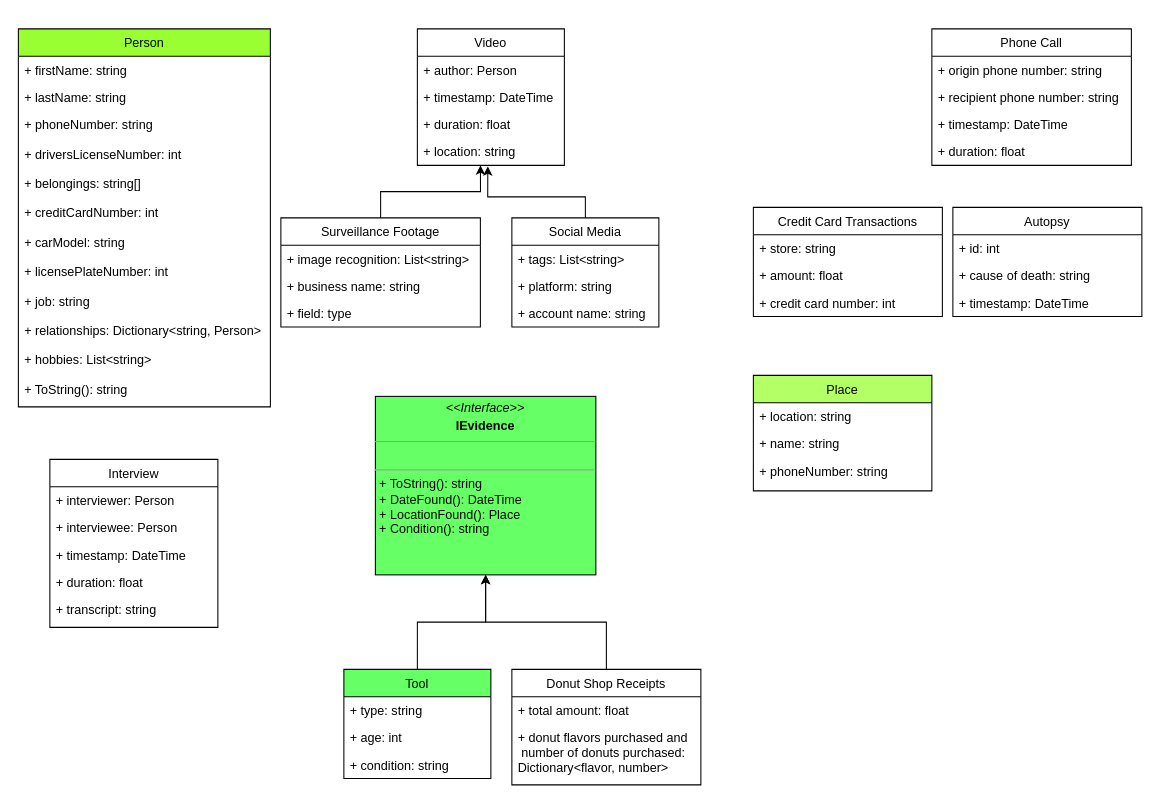
kirakirakira/urban-pancake keeps this draw.io diagram as murdermystery.drawio. Above is the earlier version. Source tidied: cells renumbered, new cells numbered last; positions are measured from the earlier drawing's top-left corner, leaving out a move shared by most shapes. Both pictures are drawn from the tidied source at 105%, with x=0, y=0 at pixel (18, 28).
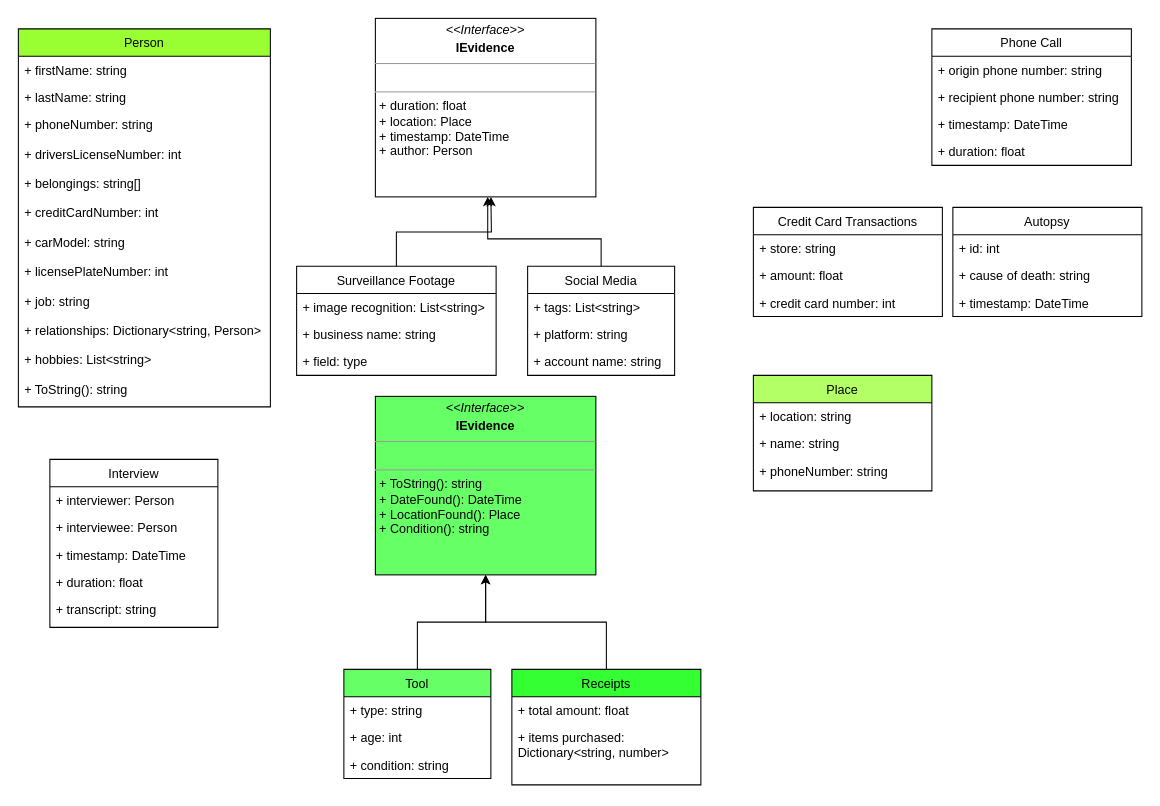
The same page after the edit.

Diff of the diagram source:
```diff
@@
-    <mxCell id="23" value="Video" style="swimlane;fontStyle=0;horizontal=1;startSize=26;fillColor=none;" parent="1" vertex="1">
-      <mxGeometry x="380" width="140" height="130" as="geometry" />
-    </mxCell>
-    <mxCell id="24" value="+ author: Person" style="text;strokeColor=none;fillColor=none;align=left;verticalAlign=top;spacingLeft=4;spacingRight=4;overflow=hidden;" parent="23" vertex="1">
-      <mxGeometry y="26" width="140" height="26" as="geometry" />
-    </mxCell>
-    <mxCell id="25" value="+ timestamp: DateTime" style="text;strokeColor=none;fillColor=none;align=left;verticalAlign=top;spacingLeft=4;spacingRight=4;overflow=hidden;" parent="23" vertex="1">
-      <mxGeometry y="52" width="140" height="26" as="geometry" />
-    </mxCell>
-    <mxCell id="26" value="+ duration: float" style="text;strokeColor=none;fillColor=none;align=left;verticalAlign=top;spacingLeft=4;spacingRight=4;overflow=hidden;" parent="23" vertex="1">
-      <mxGeometry y="78" width="140" height="52" as="geometry" />
-    </mxCell>
-    <mxCell id="27" style="edgeStyle=orthogonalEdgeStyle;rounded=0;jettySize=auto;html=1;entryX=0.429;entryY=1;entryDx=0;entryDy=0;entryPerimeter=0;" parent="1" edge="1" source="28" target="47">
-      <mxGeometry relative="1" as="geometry" />
+    <mxCell id="27" style="edgeStyle=orthogonalEdgeStyle;rounded=0;jettySize=auto;html=1;" parent="1" edge="1" source="28">
+      <mxGeometry relative="1" as="geometry">
+        <mxPoint x="450" y="160" as="targetPoint" />
+      </mxGeometry>
     </mxCell>
     <mxCell id="28" value="Surveillance Footage" style="swimlane;fontStyle=0;horizontal=1;startSize=26;fillColor=none;" parent="1" vertex="1">
-      <mxGeometry x="250" y="180" width="190" height="104" as="geometry" />
+      <mxGeometry x="265" y="226" width="190" height="104" as="geometry" />
     </mxCell>
@@
     <mxCell id="32" value="Social Media" style="swimlane;fontStyle=0;horizontal=1;startSize=26;fillColor=none;" parent="1" vertex="1">
-      <mxGeometry x="470" y="180" width="140" height="104" as="geometry" />
+      <mxGeometry x="485" y="226" width="140" height="104" as="geometry" />
     </mxCell>
@@
-    <mxCell id="44" value="Donut Shop Receipts" style="swimlane;fontStyle=0;horizontal=1;startSize=26;fillColor=none;" parent="1" vertex="1">
+    <mxCell id="44" value="Receipts" style="swimlane;fontStyle=0;horizontal=1;startSize=26;fillColor=#33FF33;" parent="1" vertex="1">
       <mxGeometry x="470" y="610" width="180" height="110" as="geometry" />
     </mxCell>
@@
-    <mxCell id="46" value="+ donut flavors purchased and&#10; number of donuts purchased: &#10;Dictionary&lt;flavor, number&gt;" style="text;strokeColor=none;fillColor=none;align=left;verticalAlign=top;spacingLeft=4;spacingRight=4;overflow=hidden;" parent="44" vertex="1">
+    <mxCell id="46" value="+ items purchased: &#10;Dictionary&lt;string, number&gt;" style="text;strokeColor=none;fillColor=none;align=left;verticalAlign=top;spacingLeft=4;spacingRight=4;overflow=hidden;" parent="44" vertex="1">
       <mxGeometry y="52" width="180" height="58" as="geometry" />
     </mxCell>
-    <mxCell id="47" value="+ location: string" style="text;strokeColor=none;fillColor=none;align=left;verticalAlign=top;spacingLeft=4;spacingRight=4;overflow=hidden;points=[[0,0.5],[1,0.5]];portConstraint=eastwest;" parent="1" vertex="1">
-      <mxGeometry x="380" y="104" width="140" height="26" as="geometry" />
-    </mxCell>
-    <mxCell id="48" style="endArrow=classic;html=1;rounded=0;exitX=0.5;exitY=0;exitDx=0;exitDy=0;entryX=0.479;entryY=1.038;entryDx=0;entryDy=0;entryPerimeter=0;" parent="1" edge="1" source="32" target="47">
+    <mxCell id="48" style="endArrow=classic;html=1;rounded=0;exitX=0.5;exitY=0;exitDx=0;exitDy=0;" parent="1" edge="1" source="32">
       <mxGeometry relative="1" as="geometry">
+        <mxPoint x="447" y="160" as="targetPoint" />
         <Array as="points">
-          <mxPoint x="540" y="160" />
+          <mxPoint x="555" y="200" />
+          <mxPoint x="447" y="200" />
           <mxPoint x="447" y="160" />
         </Array>
       </mxGeometry>
     </mxCell>
@@
+    <mxCell id="54" value="&lt;p style=&quot;margin: 0px ; margin-top: 4px ; text-align: center&quot;&gt;&lt;i&gt;&amp;lt;&amp;lt;Interface&amp;gt;&amp;gt;&lt;/i&gt;&lt;b&gt;&lt;br&gt;&lt;/b&gt;&lt;/p&gt;&lt;p style=&quot;margin: 0px ; margin-top: 4px ; text-align: center&quot;&gt;&lt;b&gt;IEvidence&lt;/b&gt;&lt;br&gt;&lt;b&gt;&lt;/b&gt;&lt;/p&gt;&lt;hr size=&quot;1&quot;&gt;&lt;p style=&quot;margin: 0px ; margin-left: 4px&quot;&gt;&lt;br&gt;&lt;/p&gt;&lt;hr size=&quot;1&quot;&gt;&lt;p style=&quot;margin: 0px ; margin-left: 4px&quot;&gt;+ duration: float&lt;br&gt;+ location: Place&lt;/p&gt;&lt;p style=&quot;margin: 0px ; margin-left: 4px&quot;&gt;+ timestamp: DateTime&lt;/p&gt;&lt;p style=&quot;margin: 0px ; margin-left: 4px&quot;&gt;+ author: Person&lt;/p&gt;&lt;p style=&quot;margin: 0px ; margin-left: 4px&quot;&gt;&lt;br&gt;&lt;/p&gt;&lt;p style=&quot;margin: 0px ; margin-left: 4px&quot;&gt;&lt;br&gt;&lt;/p&gt;" style="verticalAlign=top;align=left;overflow=fill;fontSize=12;fontFamily=Helvetica;html=1;fillColor=#FFFFFF;" parent="1" vertex="1">
+      <mxGeometry x="340" y="-10" width="210" height="170" as="geometry" />
+    </mxCell>
```
